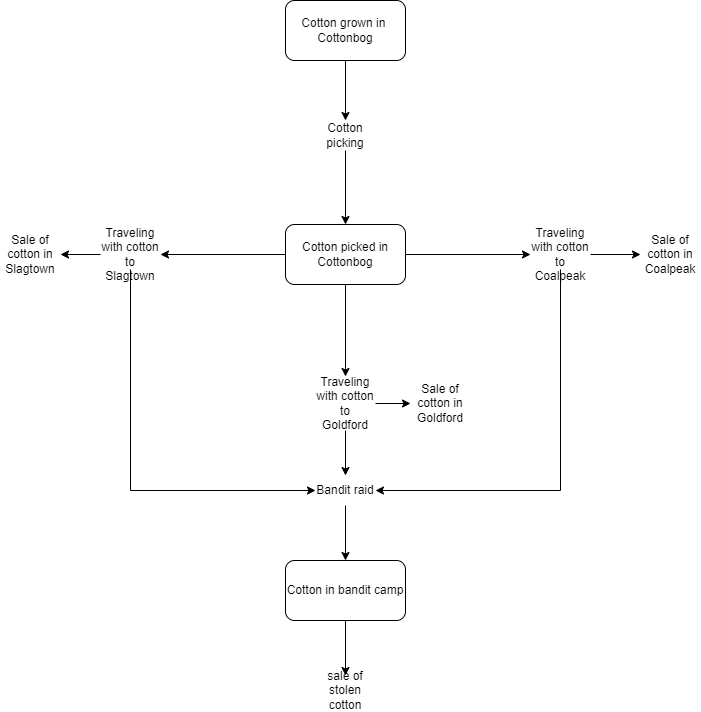
The draw.io diagram Flowchart/CottonFlow.drawio.png in FunkMarvel/Comp-4-SST, before a commit. Source tidied: cells renumbered, new cells last; positions are measured from the earlier drawing's top-left corner, leaving out a move shared by most shapes.
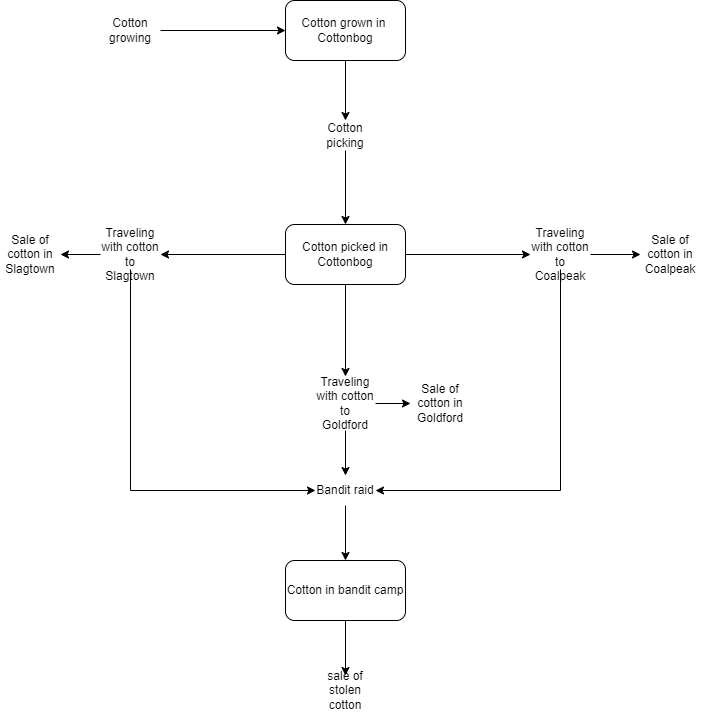
The same file after the commit.

What changed in the source:
```diff
@@ -85,5 +85,11 @@
     <mxCell id="26" value="Cotton grown in&amp;nbsp; Cottonbog" style="rounded=1;whiteSpace=wrap;html=1;" parent="1" vertex="1">
       <mxGeometry x="285" width="120" height="60" as="geometry" />
     </mxCell>
+    <mxCell id="27" style="edgeStyle=orthogonalEdgeStyle;rounded=0;jettySize=auto;html=1;" parent="1" edge="1" source="28" target="26">
+      <mxGeometry relative="1" as="geometry" />
+    </mxCell>
+    <mxCell id="28" value="Cotton growing" style="text;html=1;strokeColor=none;fillColor=none;align=center;verticalAlign=middle;whiteSpace=wrap;rounded=0;" parent="1" vertex="1">
+      <mxGeometry x="100" y="15" width="60" height="30" as="geometry" />
+    </mxCell>
   </root>
 </mxGraphModel>
```
